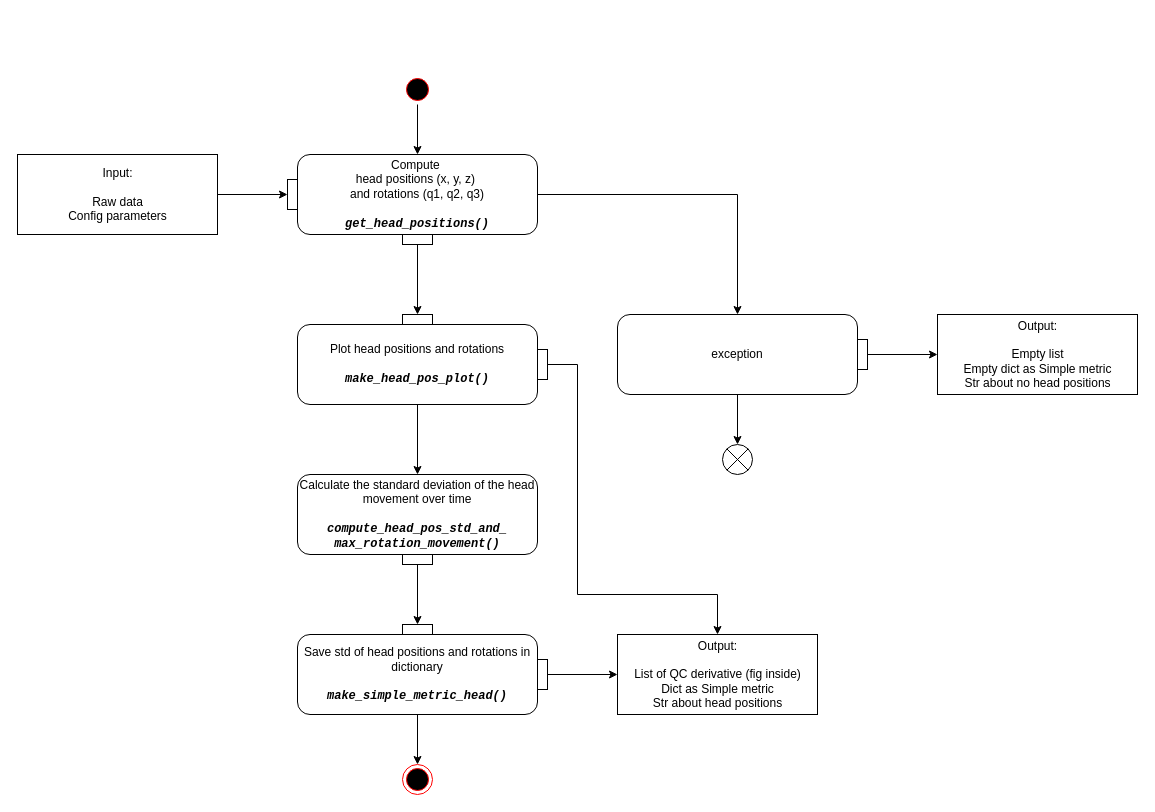
The draw.io diagram diagrams/_Head_UML2.5.drawio in oldgandalf/MEGqcJorge, before the edit. Source tidied: cells renumbered, new cells numbered last; positions are measured from the earlier drawing's top-left corner, leaving out a move shared by most shapes. Both pictures are drawn from the tidied source at 100%, with x=0, y=0 at pixel (17, 74).
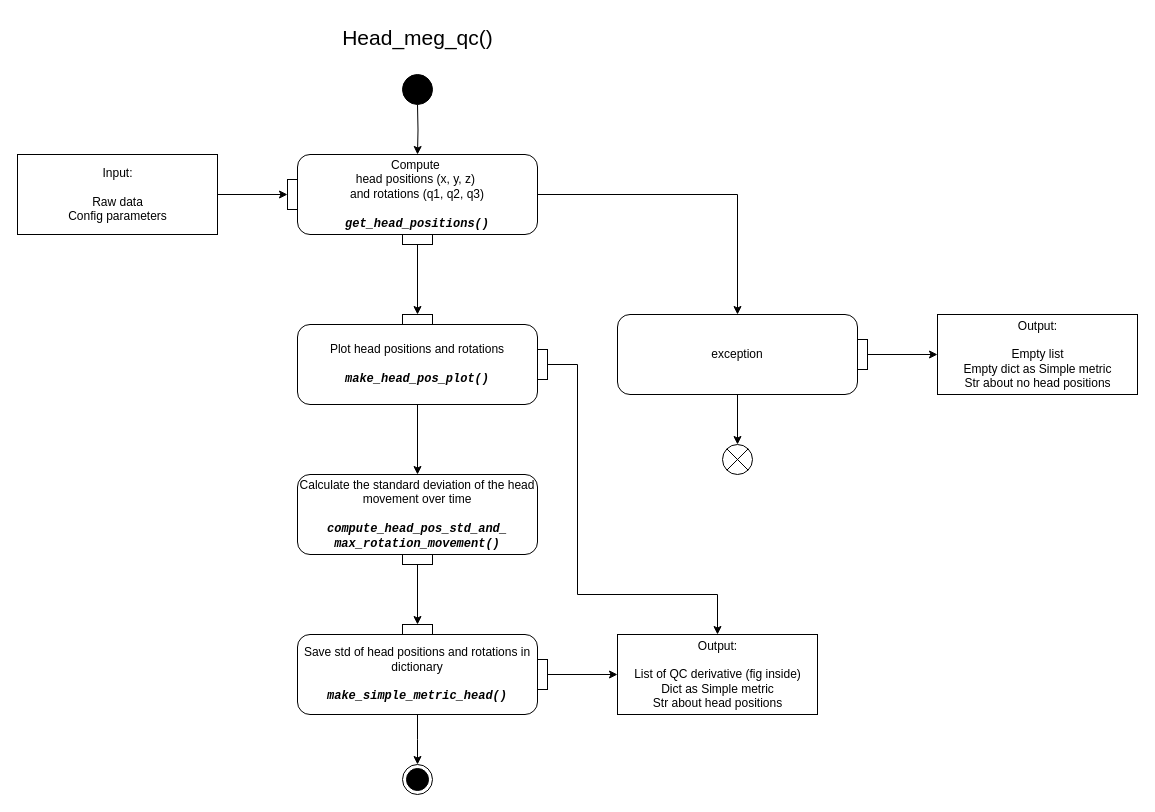
Above is the later version.

The change refers to these unchanged cells:
```xml
<mxCell id="17" value="&lt;div style=&quot;border-color: var(--border-color);&quot;&gt;Compute&amp;nbsp;&lt;/div&gt;&lt;div style=&quot;border-color: var(--border-color);&quot;&gt;head positions (x, y, z)&amp;nbsp;&lt;/div&gt;&lt;div style=&quot;border-color: var(--border-color);&quot;&gt;and rotations (q1, q2, q3)&lt;/div&gt;&lt;br style=&quot;border-color: var(--border-color);&quot;&gt;&lt;div style=&quot;border-color: var(--border-color);&quot;&gt;&lt;font style=&quot;border-color: var(--border-color);&quot; face=&quot;Courier New&quot;&gt;&lt;b style=&quot;border-color: var(--border-color);&quot;&gt;&lt;i style=&quot;border-color: var(--border-color);&quot;&gt;get_head_positions()&lt;/i&gt;&lt;/b&gt;&lt;/font&gt;&lt;/div&gt;" style="html=1;align=center;verticalAlign=middle;rounded=1;absoluteArcSize=1;arcSize=25;dashed=0;fontFamily=Helvetica;fontSize=12;whiteSpace=wrap;noLabel=0;imageAlign=center;" parent="16" vertex="1">
  <mxGeometry x="10" width="240" height="80" as="geometry" />
</mxCell>
<mxCell id="27" value="&lt;div&gt;Save std of head positions and rotations in dictionary&lt;/div&gt;&lt;br&gt;&lt;font face=&quot;Courier New&quot;&gt;&lt;b&gt;&lt;i&gt;make_simple_metric_head()&lt;/i&gt;&lt;/b&gt;&lt;/font&gt;" style="html=1;align=center;verticalAlign=middle;rounded=1;absoluteArcSize=1;arcSize=25;dashed=0;fontFamily=Helvetica;fontSize=12;whiteSpace=wrap;noLabel=0;imageAlign=center;" parent="26" vertex="1">
  <mxGeometry y="10" width="240" height="80" as="geometry" />
</mxCell>
```

The edit, as a diff of the source:
```diff
@@
-    <mxCell id="2" style="ellipse;html=1;shape=startState;fillColor=#000000;strokeColor=#ff0000;" parent="1" vertex="1">
-      <mxGeometry x="385" width="30" height="30" as="geometry" />
-    </mxCell>
-    <mxCell id="3" style="ellipse;html=1;shape=endState;fillColor=#000000;strokeColor=#ff0000;" parent="1" vertex="1">
-      <mxGeometry x="385" y="690" width="30" height="30" as="geometry" />
-    </mxCell>
@@
-    <mxCell id="8" style="edgeStyle=orthogonalEdgeStyle;rounded=0;jettySize=auto;html=1;fontFamily=Courier New;fontSize=12;" parent="1" edge="1" source="27" target="3">
-      <mxGeometry relative="1" as="geometry" />
+    <mxCell id="8" style="edgeStyle=orthogonalEdgeStyle;rounded=0;jettySize=auto;html=1;fontFamily=Courier New;fontSize=12;" parent="1" edge="1" source="27">
+      <mxGeometry relative="1" as="geometry">
+        <mxPoint x="400" y="690" as="targetPoint" />
+      </mxGeometry>
     </mxCell>
@@
-    <mxCell id="11" style="edgeStyle=orthogonalEdgeStyle;rounded=0;jettySize=auto;html=1;fontFamily=Courier New;fontSize=12;" parent="1" edge="1" source="2" target="17">
-      <mxGeometry relative="1" as="geometry" />
+    <mxCell id="11" style="edgeStyle=orthogonalEdgeStyle;rounded=0;jettySize=auto;html=1;fontFamily=Courier New;fontSize=12;" parent="1" edge="1" target="17">
+      <mxGeometry relative="1" as="geometry">
+        <mxPoint x="400" y="30" as="sourcePoint" />
+      </mxGeometry>
     </mxCell>
@@
+    <mxCell id="37" style="ellipse;fillColor=strokeColor;html=1;" parent="1" vertex="1">
+      <mxGeometry x="385" width="30" height="30" as="geometry" />
+    </mxCell>
+    <mxCell id="38" style="ellipse;html=1;shape=endState;fillColor=strokeColor;" parent="1" vertex="1">
+      <mxGeometry x="385" y="690" width="30" height="30" as="geometry" />
+    </mxCell>
+    <mxCell id="39" value="&lt;font style=&quot;font-size: 21px;&quot;&gt;Head_meg_qc()&lt;/font&gt;" style="text;html=1;align=center;verticalAlign=middle;strokeColor=none;fillColor=none;" parent="1" vertex="1">
+      <mxGeometry x="315" y="-57" width="170" height="40" as="geometry" />
+    </mxCell>
```
